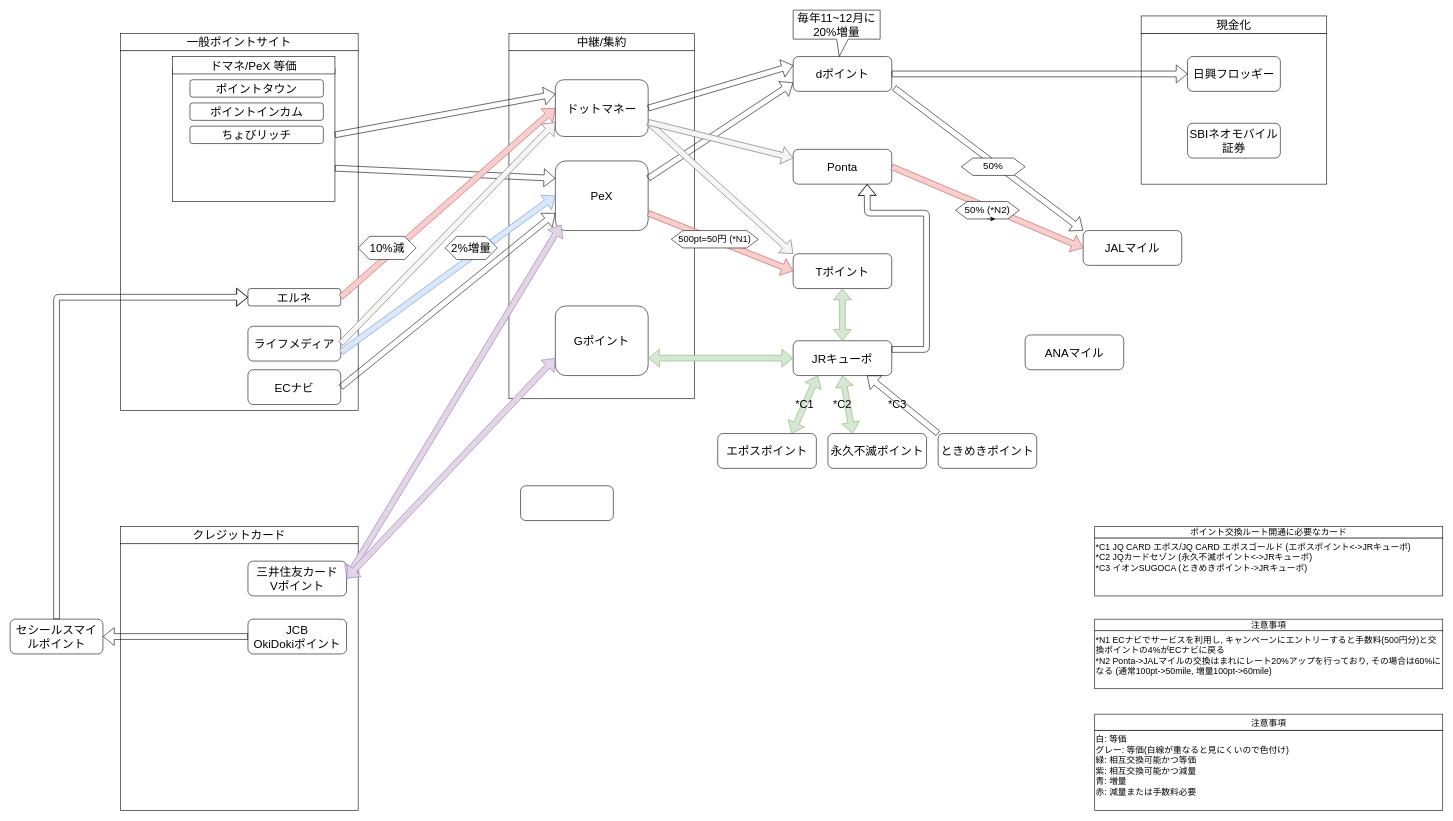
Before: ポイントフロー.drawio in hiroxto/point-flow, a draw.io diagram. Source tidied: cells renumbered, new cells numbered last; positions are measured from the earlier drawing's top-left corner, leaving out a move shared by most shapes. Both pictures are drawn from the tidied source at 58%, with x=0, y=0 at pixel (10, 10).
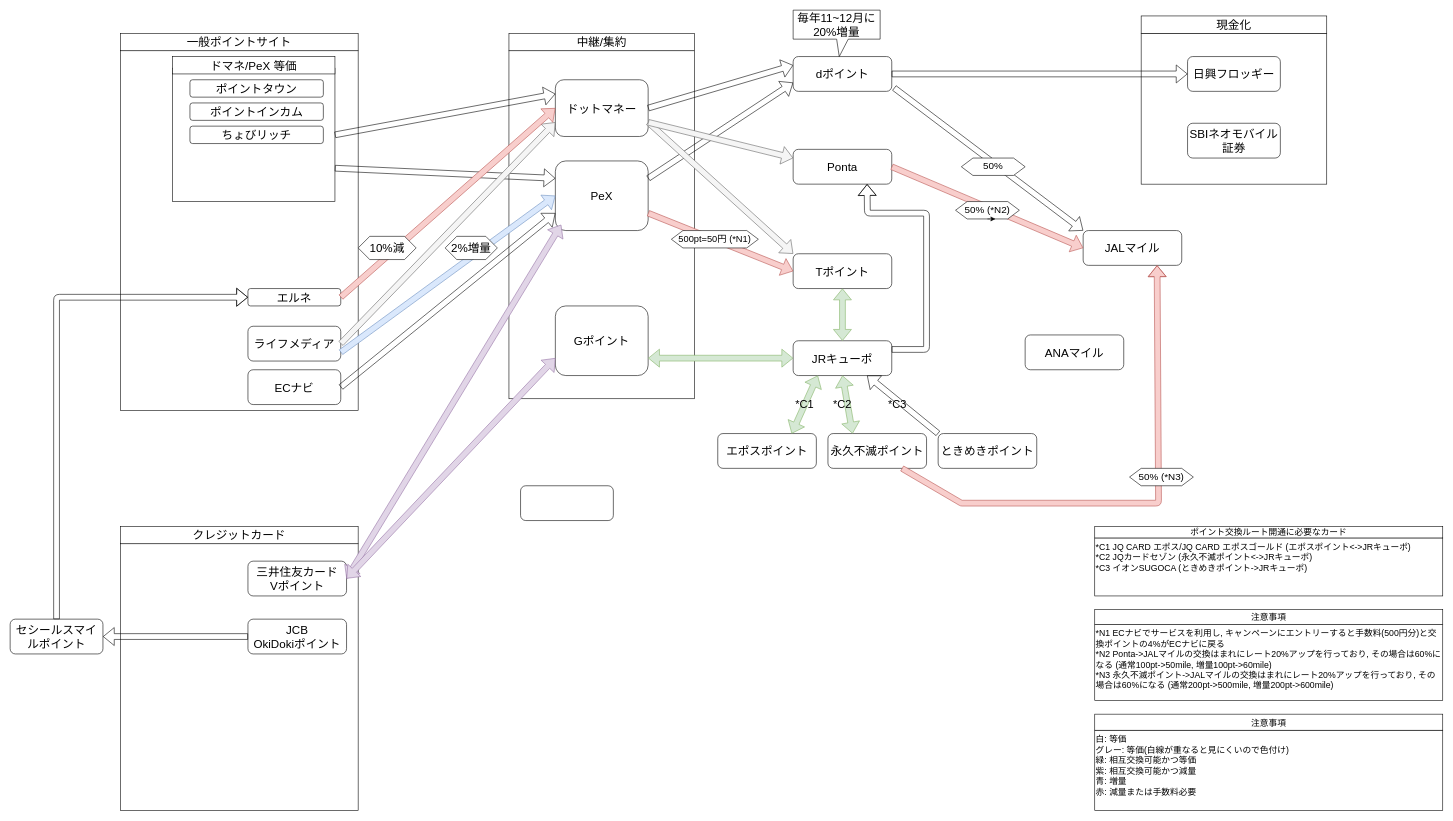
The same diagram, later.

Commit message:
Update ポイントフロー.drawio

The change refers to these unchanged cells:
```xml
<mxCell id="44" value="永久不滅ポイント" style="rounded=1;whiteSpace=wrap;html=1;fontSize=20;" parent="1" vertex="1">
  <mxGeometry x="1410" y="730" width="170" height="60" as="geometry" />
</mxCell>
<mxCell id="48" value="JALマイル" style="rounded=1;whiteSpace=wrap;html=1;fontSize=20;" parent="1" vertex="1">
  <mxGeometry x="1850" y="380" width="170" height="60" as="geometry" />
</mxCell>
```

Diff of the diagram source:
```diff
@@
     <mxCell id="61" style="group;" parent="1" vertex="1">
-      <mxGeometry x="1870" y="1040" width="600" height="130" as="geometry" />
+      <mxGeometry x="1870" y="1020" width="600" height="170" as="geometry" />
     </mxCell>
     <mxCell id="62" style="group;" parent="61" vertex="1">
-      <mxGeometry y="10" width="600" height="120" as="geometry" />
+      <mxGeometry y="13.1" width="600" height="156.9" as="geometry" />
     </mxCell>
-    <mxCell id="63" value="&lt;font style=&quot;font-size: 15px&quot;&gt;*N1 ECナビでサービスを利用し, キャンペーンにエントリーすると手数料(500円分)と交換ポイントの4%がECナビに戻る&lt;br&gt;*N2 Ponta-&amp;gt;JALマイルの交換はまれにレート20%アップを行っており, その場合は60%になる (通常100pt-&amp;gt;50mile, 増量100pt-&amp;gt;60mile)&lt;/font&gt;" style="rounded=0;whiteSpace=wrap;html=1;fontSize=12;align=left;verticalAlign=top;" parent="62" vertex="1">
-      <mxGeometry y="20" width="600" height="100" as="geometry" />
+    <mxCell id="63" value="&lt;font style=&quot;font-size: 15px&quot;&gt;*N1 ECナビでサービスを利用し, キャンペーンにエントリーすると手数料(500円分)と交換ポイントの4%がECナビに戻る&lt;br&gt;*N2 Ponta-&amp;gt;JALマイルの交換はまれにレート20%アップを行っており, その場合は60%になる (通常100pt-&amp;gt;50mile, 増量100pt-&amp;gt;60mile)&lt;br&gt;*N3 永久不滅ポイント-&amp;gt;JALマイルの交換はまれにレート20%アップを行っており, その場合は60%になる (通常200pt-&amp;gt;500mile, 増量200pt-&amp;gt;600mile)&lt;br&gt;&lt;/font&gt;" style="rounded=0;whiteSpace=wrap;html=1;fontSize=12;align=left;verticalAlign=top;" parent="62" vertex="1">
+      <mxGeometry y="26.2" width="600" height="130.8" as="geometry" />
     </mxCell>
     <mxCell id="64" value="&lt;font style=&quot;font-size: 15px&quot;&gt;注意事項&lt;/font&gt;" style="rounded=0;whiteSpace=wrap;html=1;fontSize=14;align=center;" parent="62" vertex="1">
-      <mxGeometry width="600" height="20" as="geometry" />
+      <mxGeometry width="600" height="26.2" as="geometry" />
     </mxCell>
@@
+    <mxCell id="84" style="shape=flexArrow;endArrow=classic;html=1;exitX=0.75;exitY=1;exitDx=0;exitDy=0;entryX=0.75;entryY=1;entryDx=0;entryDy=0;fillColor=#f8cecc;strokeColor=#b85450;" parent="1" edge="1" source="44" target="48">
+      <mxGeometry relative="1" as="geometry">
+        <Array as="points">
+          <mxPoint x="1640" y="850" />
+          <mxPoint x="1980" y="850" />
+        </Array>
+      </mxGeometry>
+    </mxCell>
+    <mxCell id="85" value="50% (*N3)" style="shape=hexagon;perimeter=hexagonPerimeter2;whiteSpace=wrap;html=1;fixedSize=1;fontSize=17;" parent="1" vertex="1">
+      <mxGeometry x="1930" y="790" width="110" height="30" as="geometry" />
+    </mxCell>
```
